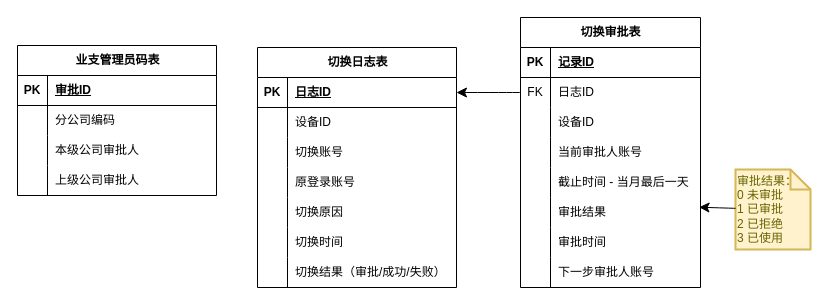
158698706/tt4a keeps this draw.io diagram as page "切换审批数据模型" (18 of 18) of 系统功能流程图/铁塔4A2024.drawio. Above is the earlier version. Source tidied: cells renumbered, new cells numbered last; positions are measured from the earlier drawing's top-left corner, leaving out a move shared by most shapes. Both pictures are drawn from the tidied source at 100%, with x=0, y=0 at pixel (17, 17).
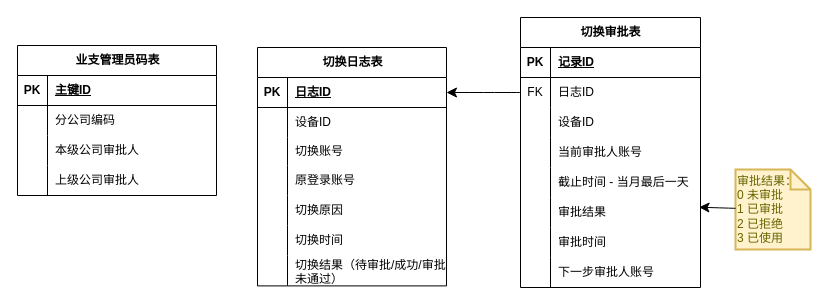
Above is the later version.

Unchanged cells that the change refers to:
```xml
<mxCell id="53" style="shape=tableRow;horizontal=0;startSize=0;swimlaneHead=0;swimlaneBody=0;fillColor=none;top=0;left=0;right=0;bottom=1;" parent="52" vertex="1">
  <mxGeometry y="30" width="199" height="30" as="geometry" />
</mxCell>
```

Diff of the diagram source:
```diff
@@
     <mxCell id="2" value="切换日志表" style="shape=table;startSize=30;childLayout=tableLayout;rowLines=0;fontStyle=1;align=center;html=1;" parent="1" vertex="1">
-      <mxGeometry x="240" y="30" width="199" height="240" as="geometry" />
+      <mxGeometry x="240" y="30" width="189" height="238.4" as="geometry" />
     </mxCell>
     <mxCell id="3" style="shape=tableRow;horizontal=0;startSize=0;swimlaneHead=0;swimlaneBody=0;fillColor=none;points=[[0,0.5],[1,0.5]];portConstraint=eastwest;top=0;left=0;right=0;bottom=1;" parent="2" vertex="1">
-      <mxGeometry y="30" width="199" height="30" as="geometry" />
+      <mxGeometry y="30" width="189" height="30" as="geometry" />
     </mxCell>
@@
     <mxCell id="5" value="日志ID" style="shape=partialRectangle;fillColor=none;top=0;left=0;bottom=0;right=0;align=left;spacingLeft=6;fontStyle=5;overflow=hidden;whiteSpace=wrap;html=1;" parent="3" vertex="1">
-      <mxGeometry x="30" width="169" height="30" as="geometry" />
+      <mxGeometry x="30" width="159" height="30" as="geometry" />
     </mxCell>
     <mxCell id="6" style="shape=tableRow;horizontal=0;startSize=0;swimlaneHead=0;swimlaneBody=0;fillColor=none;top=0;left=0;right=0;bottom=0;" parent="2" vertex="1">
-      <mxGeometry y="60" width="199" height="30" as="geometry" />
+      <mxGeometry y="60" width="189" height="30" as="geometry" />
     </mxCell>
@@
     <mxCell id="8" value="设备ID" style="shape=partialRectangle;fillColor=none;top=0;left=0;bottom=0;right=0;align=left;spacingLeft=6;overflow=hidden;whiteSpace=wrap;html=1;" parent="6" vertex="1">
-      <mxGeometry x="30" width="169" height="30" as="geometry" />
+      <mxGeometry x="30" width="159" height="30" as="geometry" />
     </mxCell>
     <mxCell id="9" style="shape=tableRow;horizontal=0;startSize=0;swimlaneHead=0;swimlaneBody=0;fillColor=none;top=0;left=0;right=0;bottom=0;" parent="2" vertex="1">
-      <mxGeometry y="90" width="199" height="30" as="geometry" />
+      <mxGeometry y="90" width="189" height="28" as="geometry" />
     </mxCell>
     <mxCell id="10" style="shape=partialRectangle;fillColor=none;top=0;left=0;bottom=0;right=0;overflow=hidden;whiteSpace=wrap;html=1;" parent="9" vertex="1">
-      <mxGeometry width="30" height="30" as="geometry" />
+      <mxGeometry width="30" height="28" as="geometry" />
     </mxCell>
     <mxCell id="11" value="切换账号" style="shape=partialRectangle;fillColor=none;top=0;left=0;bottom=0;right=0;align=left;spacingLeft=6;overflow=hidden;whiteSpace=wrap;html=1;" parent="9" vertex="1">
-      <mxGeometry x="30" width="169" height="30" as="geometry" />
+      <mxGeometry x="30" width="159" height="28" as="geometry" />
     </mxCell>
     <mxCell id="12" style="shape=tableRow;horizontal=0;startSize=0;swimlaneHead=0;swimlaneBody=0;fillColor=none;top=0;left=0;right=0;bottom=0;" parent="2" vertex="1">
-      <mxGeometry y="120" width="199" height="30" as="geometry" />
+      <mxGeometry y="118" width="189" height="30" as="geometry" />
     </mxCell>
@@
     <mxCell id="14" value="原登录账号" style="shape=partialRectangle;fillColor=none;top=0;left=0;bottom=0;right=0;align=left;spacingLeft=6;overflow=hidden;whiteSpace=wrap;html=1;" parent="12" vertex="1">
-      <mxGeometry x="30" width="169" height="30" as="geometry" />
+      <mxGeometry x="30" width="159" height="30" as="geometry" />
     </mxCell>
     <mxCell id="15" style="shape=tableRow;horizontal=0;startSize=0;swimlaneHead=0;swimlaneBody=0;fillColor=none;top=0;left=0;right=0;bottom=0;" parent="2" vertex="1">
-      <mxGeometry y="150" width="199" height="30" as="geometry" />
+      <mxGeometry y="148" width="189" height="30" as="geometry" />
     </mxCell>
@@
     <mxCell id="17" value="切换原因" style="shape=partialRectangle;fillColor=none;top=0;left=0;bottom=0;right=0;align=left;spacingLeft=6;overflow=hidden;whiteSpace=wrap;html=1;" parent="15" vertex="1">
-      <mxGeometry x="30" width="169" height="30" as="geometry" />
+      <mxGeometry x="30" width="159" height="30" as="geometry" />
     </mxCell>
     <mxCell id="18" style="shape=tableRow;horizontal=0;startSize=0;swimlaneHead=0;swimlaneBody=0;fillColor=none;top=0;left=0;right=0;bottom=0;" parent="2" vertex="1">
-      <mxGeometry y="180" width="199" height="30" as="geometry" />
+      <mxGeometry y="178" width="189" height="30" as="geometry" />
     </mxCell>
@@
     <mxCell id="20" value="切换时间" style="shape=partialRectangle;fillColor=none;top=0;left=0;bottom=0;right=0;align=left;spacingLeft=6;overflow=hidden;whiteSpace=wrap;html=1;" parent="18" vertex="1">
-      <mxGeometry x="30" width="169" height="30" as="geometry" />
+      <mxGeometry x="30" width="159" height="30" as="geometry" />
     </mxCell>
     <mxCell id="21" style="shape=tableRow;horizontal=0;startSize=0;swimlaneHead=0;swimlaneBody=0;fillColor=none;top=0;left=0;right=0;bottom=0;" parent="2" vertex="1">
-      <mxGeometry y="210" width="199" height="30" as="geometry" />
+      <mxGeometry y="208" width="189" height="30" as="geometry" />
     </mxCell>
@@
-    <mxCell id="23" value="切换结果（审批/成功/失败）" style="shape=partialRectangle;fillColor=none;top=0;left=0;bottom=0;right=0;align=left;spacingLeft=6;overflow=hidden;whiteSpace=wrap;html=1;" parent="21" vertex="1">
-      <mxGeometry x="30" width="169" height="30" as="geometry" />
+    <mxCell id="23" value="切换结果（待审批/成功/审批未通过）" style="shape=partialRectangle;fillColor=none;top=0;left=0;bottom=0;right=0;align=left;spacingLeft=6;overflow=hidden;whiteSpace=wrap;html=1;" parent="21" vertex="1">
+      <mxGeometry x="30" width="159" height="30" as="geometry" />
     </mxCell>
@@
-    <mxCell id="55" value="审批ID" style="shape=partialRectangle;fillColor=none;top=0;left=0;bottom=0;right=0;align=left;spacingLeft=6;fontStyle=5;overflow=hidden;whiteSpace=wrap;html=1;" parent="53" vertex="1">
+    <mxCell id="55" value="主键ID" style="shape=partialRectangle;fillColor=none;top=0;left=0;bottom=0;right=0;align=left;spacingLeft=6;fontStyle=5;overflow=hidden;whiteSpace=wrap;html=1;" parent="53" vertex="1">
       <mxGeometry x="30" width="169" height="30" as="geometry" />
     </mxCell>
```
